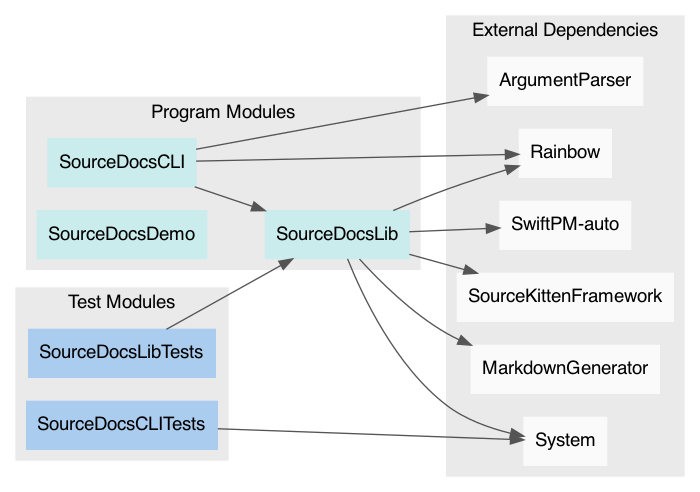
The Graphviz diagram PackageModules.png in SourceDocs/SourceDocs, before a commit. Its source is kept beside it as PackageModules.dot.
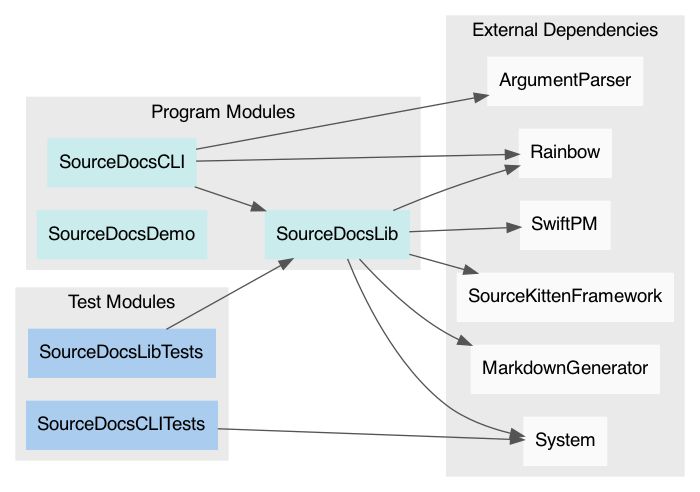
Later version of the same file.

Commit message:
Use SwiftPM 0.4.0 for package processing

Change to the diagram source:
```diff
@@ -24,7 +24,7 @@
     "MarkdownGenerator"
     "Rainbow"
     "SourceKittenFramework"
-    "SwiftPM-auto"
+    "SwiftPM"
     "System"
 }
 
@@ -32,7 +32,7 @@
     "SourceDocsCLI" -> "SourceDocsLib"
     "SourceDocsCLI" -> "Rainbow"
     "SourceDocsLib" -> "SourceKittenFramework"
-    "SourceDocsLib" -> "SwiftPM-auto"
+    "SourceDocsLib" -> "SwiftPM"
     "SourceDocsLib" -> "MarkdownGenerator"
     "SourceDocsLib" -> "Rainbow"
     "SourceDocsLib" -> "System"
```
